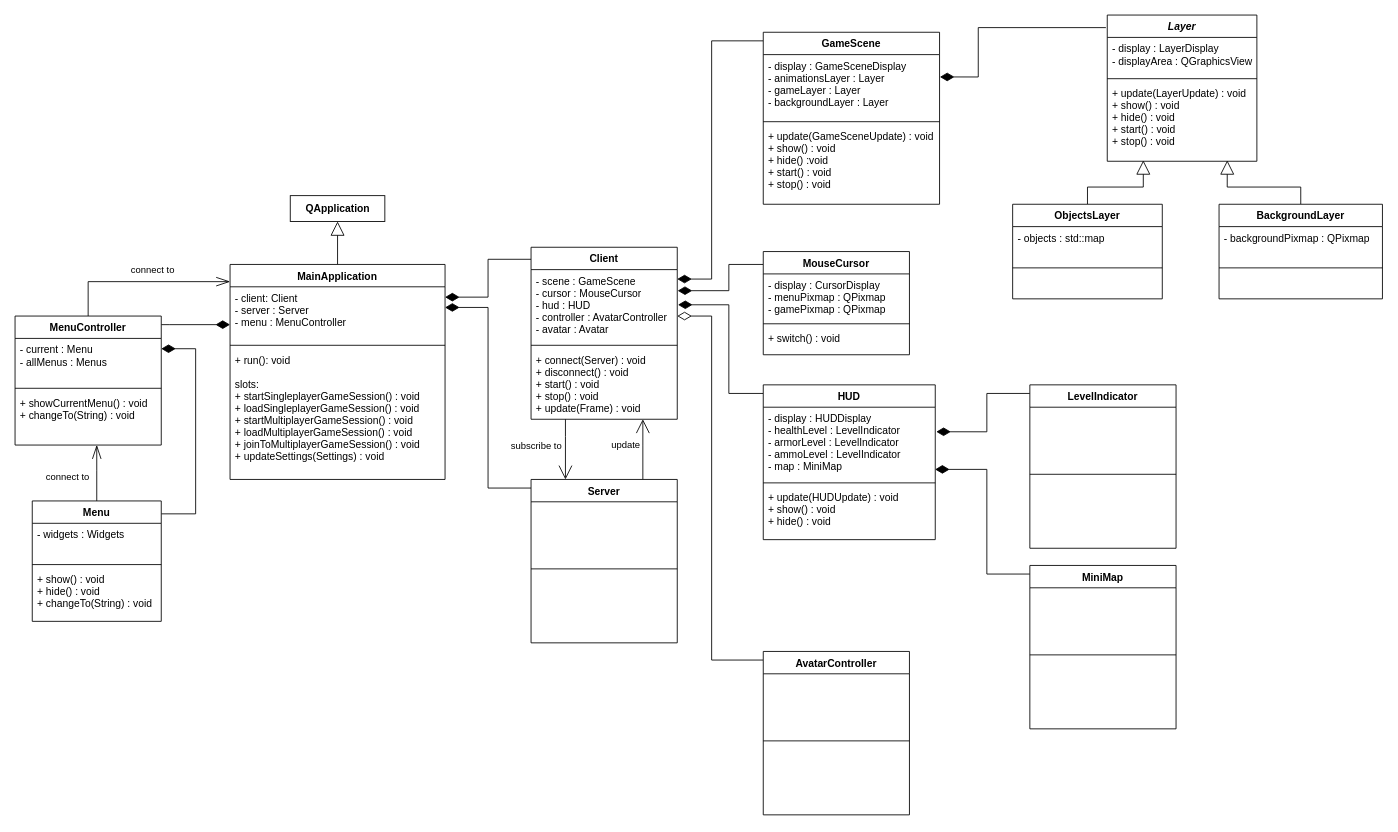
This is doc/class_diagram.drawio from TadekBiela/heisttown, a draw.io file, before an edit. Source tidied: cells renumbered, new cells numbered last; positions are measured from the earlier drawing's top-left corner, leaving out a move shared by most shapes. Both pictures are drawn from the tidied source at 86%, with x=0, y=0 at pixel (15, 15).
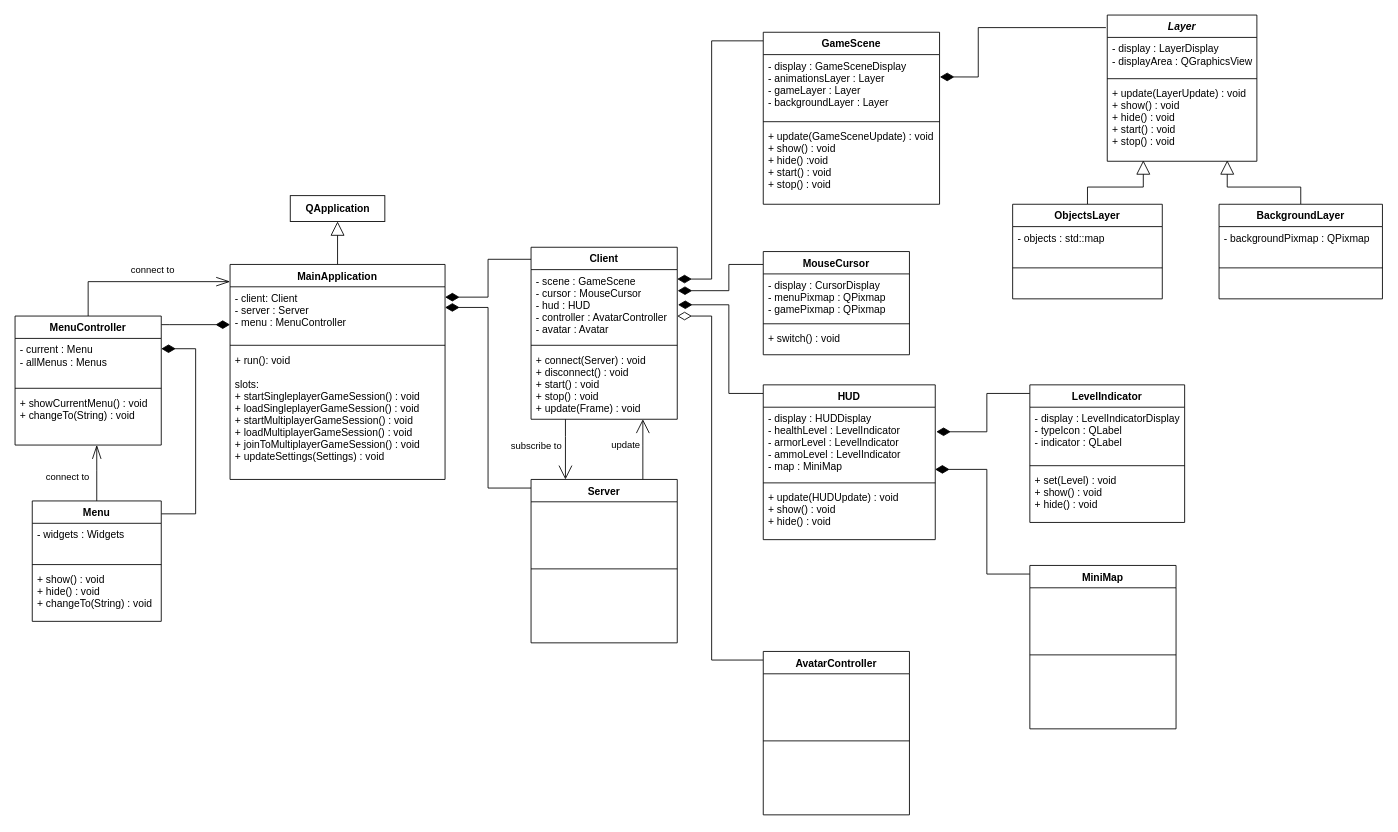
The same page after the edit.

Commit message:
Added LevelIndicator to class diagram

The edit, as a diff of the source:
```diff
@@
     <mxCell id="56" value="LevelIndicator" style="swimlane;fontStyle=1;align=center;verticalAlign=top;horizontal=1;startSize=26;" parent="1" vertex="1">
-      <mxGeometry x="1180" y="430" width="170" height="190" as="geometry" />
+      <mxGeometry x="1180" y="430" width="180" height="160" as="geometry" />
     </mxCell>
-    <mxCell id="57" value="&#10;&#10;&#10;&#10;" style="text;strokeColor=none;fillColor=none;align=left;verticalAlign=top;spacingLeft=4;spacingRight=4;overflow=hidden;" parent="56" vertex="1">
-      <mxGeometry y="26" width="170" height="74" as="geometry" />
+    <mxCell id="57" value="- display : LevelIndicatorDisplay&#10;- typeIcon : QLabel&#10;- indicator : QLabel" style="text;strokeColor=none;fillColor=none;align=left;verticalAlign=top;spacingLeft=4;spacingRight=4;overflow=hidden;" parent="56" vertex="1">
+      <mxGeometry y="26" width="180" height="64" as="geometry" />
     </mxCell>
     <mxCell id="58" style="line;strokeWidth=1;fillColor=none;align=left;verticalAlign=middle;spacingTop=-1;spacingLeft=3;spacingRight=3;labelPosition=right;" parent="56" vertex="1">
-      <mxGeometry y="100" width="170" height="8" as="geometry" />
+      <mxGeometry y="90" width="180" height="8" as="geometry" />
     </mxCell>
-    <mxCell id="59" value="&#10;&#10;&#10;" style="text;strokeColor=none;fillColor=none;align=left;verticalAlign=top;spacingLeft=4;spacingRight=4;overflow=hidden;" parent="56" vertex="1">
-      <mxGeometry y="108" width="170" height="82" as="geometry" />
+    <mxCell id="59" value="+ set(Level) : void&#10;+ show() : void&#10;+ hide() : void" style="text;strokeColor=none;fillColor=none;align=left;verticalAlign=top;spacingLeft=4;spacingRight=4;overflow=hidden;" parent="56" vertex="1">
+      <mxGeometry y="98" width="180" height="62" as="geometry" />
     </mxCell>
```
